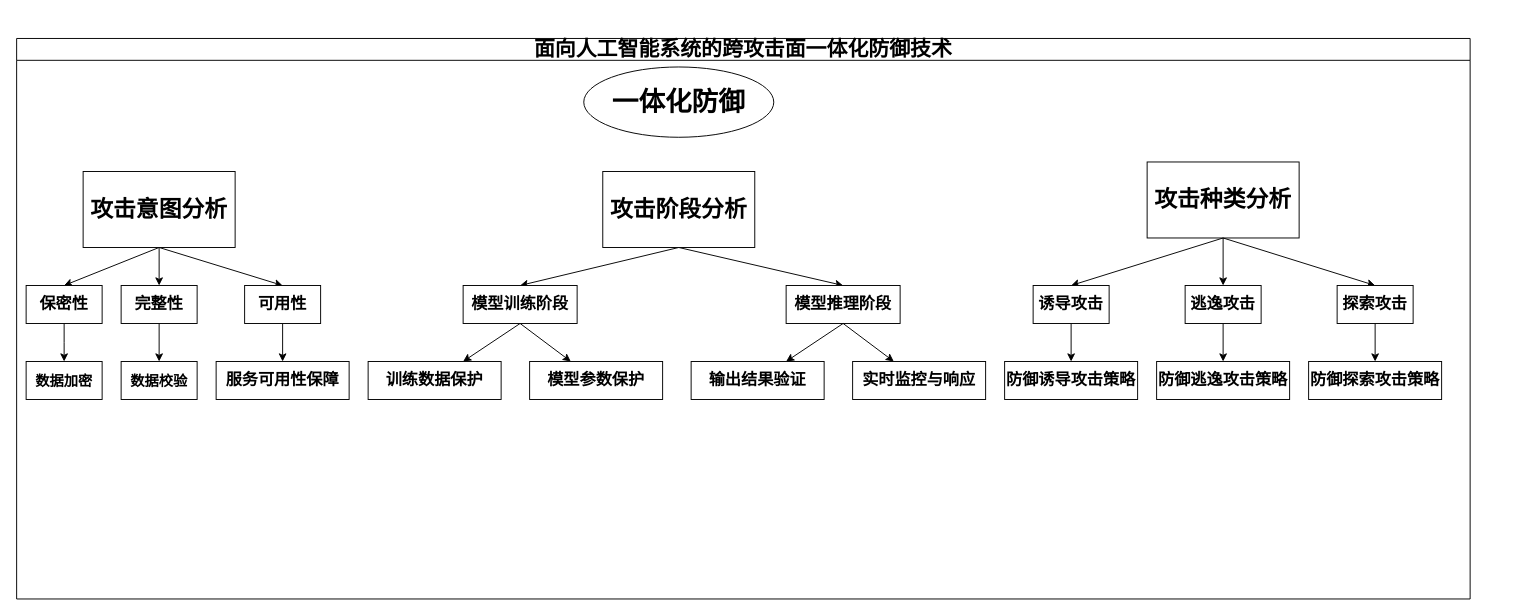
Earlier version of the draw.io diagram 一体化防御.drawio (Stefan-Beauchamp/hello-world). Source tidied: cells renumbered, new cells numbered last; positions are measured from the earlier drawing's top-left corner, leaving out a move shared by most shapes. Both pictures are drawn from the tidied source at 95%, with x=0, y=0 at pixel (16, 38).
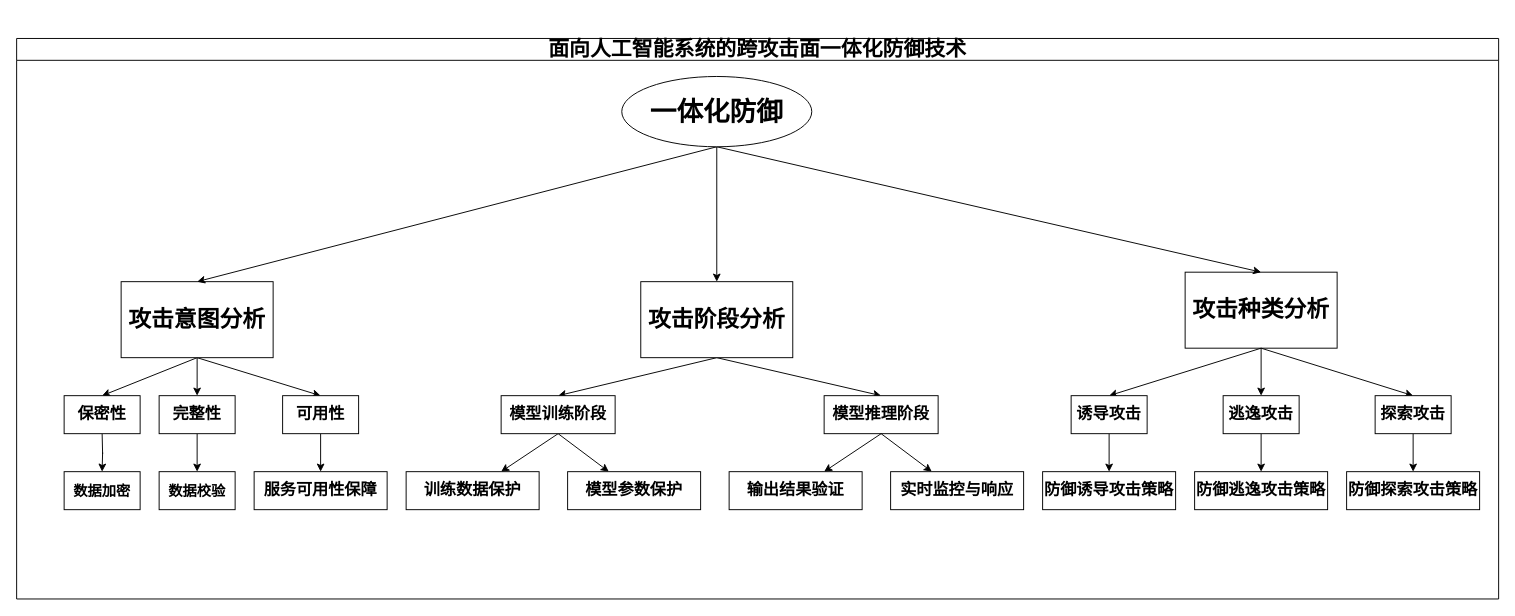
After the change.

Commit message (it also covers changes not shown here):
更新一体化防御.drawio

Change to the diagram source:
```diff
@@
     <mxCell id="2" value="&lt;p style=&quot;font-size: 22px;&quot; class=&quot;MsoNormal&quot;&gt;&lt;span style=&quot;font-family: 微软雅黑;&quot;&gt;&lt;font style=&quot;font-size: 22px;&quot; face=&quot;微软雅黑&quot;&gt;面向人工智能系统&lt;/font&gt;&lt;font style=&quot;font-size: 22px;&quot; face=&quot;微软雅黑&quot;&gt;的跨攻击面一体化防御技术&lt;/font&gt;&lt;/span&gt;&lt;/p&gt;" style="swimlane;whiteSpace=wrap;html=1;" parent="1" vertex="1">
-      <mxGeometry width="1530" height="590" as="geometry" />
+      <mxGeometry width="1560" height="590" as="geometry" />
     </mxCell>
@@
-    <mxCell id="4" style="rounded=0;jettySize=auto;html=1;exitX=0.5;exitY=1;exitDx=0;exitDy=0;entryX=0.5;entryY=0;entryDx=0;entryDy=0;" parent="2" edge="1" source="6" target="14">
-      <mxGeometry relative="1" as="geometry" />
+    <mxCell id="4" style="rounded=0;jettySize=auto;html=1;exitX=0.5;exitY=1;exitDx=0;exitDy=0;entryX=0.5;entryY=0;entryDx=0;entryDy=0;" parent="2" edge="1" source="6">
+      <mxGeometry relative="1" as="geometry">
+        <mxPoint x="90" y="376" as="targetPoint" />
+      </mxGeometry>
     </mxCell>
@@
     <mxCell id="6" value="&lt;span style=&quot;font-family: 微软雅黑;&quot;&gt;&lt;b style=&quot;&quot;&gt;&lt;font style=&quot;font-size: 24px;&quot;&gt;攻击意图分析&lt;/font&gt;&lt;/b&gt;&lt;/span&gt;" style="rounded=0;whiteSpace=wrap;html=1;" parent="2" vertex="1">
-      <mxGeometry x="70" y="140" width="160" height="80" as="geometry" />
+      <mxGeometry x="110" y="256" width="160" height="80" as="geometry" />
     </mxCell>
@@
     <mxCell id="9" value="&lt;span style=&quot;font-family: 微软雅黑;&quot;&gt;&lt;b style=&quot;&quot;&gt;&lt;font style=&quot;font-size: 24px;&quot;&gt;攻击阶段分析&lt;/font&gt;&lt;/b&gt;&lt;/span&gt;" style="rounded=0;whiteSpace=wrap;html=1;" parent="2" vertex="1">
-      <mxGeometry x="617" y="140" width="160" height="80" as="geometry" />
+      <mxGeometry x="657" y="256" width="160" height="80" as="geometry" />
     </mxCell>
     <mxCell id="10" value="&lt;span style=&quot;font-family: 微软雅黑;&quot;&gt;&lt;b style=&quot;&quot;&gt;&lt;font style=&quot;font-size: 24px;&quot;&gt;攻击种类分析&lt;/font&gt;&lt;/b&gt;&lt;/span&gt;" style="rounded=0;whiteSpace=wrap;html=1;" parent="2" vertex="1">
-      <mxGeometry x="1190" y="130" width="160" height="80" as="geometry" />
+      <mxGeometry x="1230" y="246" width="160" height="80" as="geometry" />
     </mxCell>
@@
     <mxCell id="12" value="&lt;b&gt;&lt;font style=&quot;font-size: 17px;&quot;&gt;完整性&lt;/font&gt;&lt;/b&gt;" style="whiteSpace=wrap;html=1;" parent="2" vertex="1">
-      <mxGeometry x="110" y="260" width="80" height="40" as="geometry" />
+      <mxGeometry x="150" y="376" width="80" height="40" as="geometry" />
     </mxCell>
-    <mxCell id="13" style="edgeStyle=orthogonalEdgeStyle;rounded=0;jettySize=auto;html=1;exitX=0.5;exitY=1;exitDx=0;exitDy=0;" parent="2" edge="1" source="14">
+    <mxCell id="13" style="edgeStyle=orthogonalEdgeStyle;rounded=0;orthogonalLoop=1;jettySize=auto;html=1;exitX=0.5;exitY=1;exitDx=0;exitDy=0;" parent="2" edge="1">
       <mxGeometry relative="1" as="geometry">
-        <mxPoint x="50" y="340" as="targetPoint" />
+        <mxPoint x="90" y="416" as="sourcePoint" />
+        <mxPoint x="90" y="456" as="targetPoint" />
       </mxGeometry>
     </mxCell>
     <mxCell id="14" value="&lt;b&gt;&lt;font style=&quot;font-size: 17px;&quot;&gt;保密性&lt;/font&gt;&lt;/b&gt;" style="whiteSpace=wrap;html=1;" parent="2" vertex="1">
-      <mxGeometry x="10" y="260" width="80" height="40" as="geometry" />
+      <mxGeometry x="50" y="376" width="80" height="40" as="geometry" />
     </mxCell>
@@
     <mxCell id="16" value="&lt;b&gt;&lt;font style=&quot;font-size: 17px;&quot;&gt;可用性&lt;/font&gt;&lt;/b&gt;" style="whiteSpace=wrap;html=1;" parent="2" vertex="1">
-      <mxGeometry x="240" y="260" width="80" height="40" as="geometry" />
+      <mxGeometry x="280" y="376" width="80" height="40" as="geometry" />
     </mxCell>
     <mxCell id="17" value="&lt;b&gt;&lt;font style=&quot;font-size: 15px;&quot;&gt;数据加密&lt;/font&gt;&lt;/b&gt;" style="whiteSpace=wrap;html=1;" parent="2" vertex="1">
-      <mxGeometry x="10" y="340" width="80" height="40" as="geometry" />
+      <mxGeometry x="50" y="456" width="80" height="40" as="geometry" />
     </mxCell>
     <mxCell id="18" value="&lt;b&gt;&lt;font style=&quot;font-size: 15px;&quot;&gt;数据校验&lt;/font&gt;&lt;/b&gt;" style="whiteSpace=wrap;html=1;" parent="2" vertex="1">
-      <mxGeometry x="110" y="340" width="80" height="40" as="geometry" />
+      <mxGeometry x="150" y="456" width="80" height="40" as="geometry" />
     </mxCell>
     <mxCell id="19" value="&lt;b&gt;&lt;font style=&quot;font-size: 17px;&quot;&gt;服务可用性保障&lt;/font&gt;&lt;/b&gt;" style="whiteSpace=wrap;html=1;" parent="2" vertex="1">
-      <mxGeometry x="210" y="340" width="140" height="40" as="geometry" />
+      <mxGeometry x="250" y="456" width="140" height="40" as="geometry" />
     </mxCell>
@@
     <mxCell id="22" value="&lt;b&gt;&lt;font style=&quot;font-size: 17px;&quot;&gt;模型训练阶段&lt;/font&gt;&lt;/b&gt;" style="whiteSpace=wrap;html=1;" parent="2" vertex="1">
-      <mxGeometry x="470" y="260" width="120" height="40" as="geometry" />
+      <mxGeometry x="510" y="376" width="120" height="40" as="geometry" />
     </mxCell>
     <mxCell id="23" value="&lt;b&gt;&lt;font style=&quot;font-size: 17px;&quot;&gt;模型推理阶段&lt;/font&gt;&lt;/b&gt;" style="whiteSpace=wrap;html=1;" parent="2" vertex="1">
-      <mxGeometry x="810" y="260" width="120" height="40" as="geometry" />
+      <mxGeometry x="850" y="376" width="120" height="40" as="geometry" />
     </mxCell>
     <mxCell id="24" value="&lt;b&gt;&lt;font style=&quot;font-size: 17px;&quot;&gt;训练数据保护&lt;/font&gt;&lt;/b&gt;" style="whiteSpace=wrap;html=1;" parent="2" vertex="1">
-      <mxGeometry x="370" y="340" width="140" height="40" as="geometry" />
+      <mxGeometry x="410" y="456" width="140" height="40" as="geometry" />
     </mxCell>
     <mxCell id="25" value="&lt;b&gt;&lt;font style=&quot;font-size: 17px;&quot;&gt;模型参数保护&lt;/font&gt;&lt;/b&gt;" style="whiteSpace=wrap;html=1;" parent="2" vertex="1">
-      <mxGeometry x="540" y="340" width="140" height="40" as="geometry" />
+      <mxGeometry x="580" y="456" width="140" height="40" as="geometry" />
     </mxCell>
     <mxCell id="26" style="rounded=0;jettySize=auto;html=1;exitX=0.5;exitY=1;exitDx=0;exitDy=0;" parent="2" edge="1" target="28">
       <mxGeometry relative="1" as="geometry">
-        <mxPoint x="870" y="300" as="sourcePoint" />
+        <mxPoint x="910" y="416" as="sourcePoint" />
       </mxGeometry>
     </mxCell>
     <mxCell id="27" style="rounded=0;jettySize=auto;html=1;exitX=0.5;exitY=1;exitDx=0;exitDy=0;" parent="2" edge="1" target="29">
       <mxGeometry relative="1" as="geometry">
-        <mxPoint x="870" y="300" as="sourcePoint" />
+        <mxPoint x="910" y="416" as="sourcePoint" />
       </mxGeometry>
     </mxCell>
     <mxCell id="28" value="&lt;b&gt;&lt;font style=&quot;font-size: 17px;&quot;&gt;输出结果验证&lt;/font&gt;&lt;/b&gt;" style="whiteSpace=wrap;html=1;" parent="2" vertex="1">
-      <mxGeometry x="710" y="340" width="140" height="40" as="geometry" />
+      <mxGeometry x="750" y="456" width="140" height="40" as="geometry" />
     </mxCell>
     <mxCell id="29" value="&lt;b&gt;&lt;font style=&quot;font-size: 17px;&quot;&gt;实时监控与响应&lt;/font&gt;&lt;/b&gt;" style="whiteSpace=wrap;html=1;" parent="2" vertex="1">
-      <mxGeometry x="880" y="340" width="140" height="40" as="geometry" />
+      <mxGeometry x="920" y="456" width="140" height="40" as="geometry" />
     </mxCell>
     <mxCell id="30" style="rounded=0;jettySize=auto;html=1;exitX=0.5;exitY=1;exitDx=0;exitDy=0;entryX=0.5;entryY=0;entryDx=0;entryDy=0;" parent="2" edge="1" target="34">
       <mxGeometry relative="1" as="geometry">
-        <mxPoint x="1270" y="210" as="sourcePoint" />
+        <mxPoint x="1310" y="326" as="sourcePoint" />
       </mxGeometry>
     </mxCell>
     <mxCell id="31" style="rounded=0;jettySize=auto;html=1;entryX=0.5;entryY=0;entryDx=0;entryDy=0;exitX=0.5;exitY=1;exitDx=0;exitDy=0;" parent="2" edge="1" target="36">
       <mxGeometry relative="1" as="geometry">
-        <mxPoint x="1270" y="210" as="sourcePoint" />
+        <mxPoint x="1310" y="326" as="sourcePoint" />
       </mxGeometry>
     </mxCell>
     <mxCell id="32" style="rounded=0;jettySize=auto;html=1;exitX=0.5;exitY=1;exitDx=0;exitDy=0;entryX=0.5;entryY=0;entryDx=0;entryDy=0;" parent="2" edge="1" target="38">
       <mxGeometry relative="1" as="geometry">
-        <mxPoint x="1270" y="210" as="sourcePoint" />
+        <mxPoint x="1310" y="326" as="sourcePoint" />
       </mxGeometry>
     </mxCell>
@@
     <mxCell id="34" value="&lt;b&gt;&lt;font style=&quot;font-size: 17px;&quot;&gt;逃逸攻击&lt;/font&gt;&lt;/b&gt;" style="whiteSpace=wrap;html=1;" parent="2" vertex="1">
-      <mxGeometry x="1230" y="260" width="80" height="40" as="geometry" />
+      <mxGeometry x="1270" y="376" width="80" height="40" as="geometry" />
     </mxCell>
@@
     <mxCell id="36" value="&lt;b&gt;&lt;font style=&quot;font-size: 17px;&quot;&gt;诱导攻击&lt;/font&gt;&lt;/b&gt;" style="whiteSpace=wrap;html=1;" parent="2" vertex="1">
-      <mxGeometry x="1070" y="260" width="80" height="40" as="geometry" />
+      <mxGeometry x="1110" y="376" width="80" height="40" as="geometry" />
     </mxCell>
-    <mxCell id="37" style="rounded=0;jettySize=auto;html=1;exitX=0.5;exitY=1;exitDx=0;exitDy=0;entryX=0.5;entryY=0;entryDx=0;entryDy=0;" parent="2" edge="1" source="38" target="39">
-      <mxGeometry relative="1" as="geometry" />
+    <mxCell id="37" style="rounded=0;jettySize=auto;html=1;exitX=0.5;exitY=1;exitDx=0;exitDy=0;entryX=0.5;entryY=0;entryDx=0;entryDy=0;" parent="2" edge="1" source="38">
+      <mxGeometry relative="1" as="geometry">
+        <mxPoint x="1470" y="456" as="targetPoint" />
+      </mxGeometry>
     </mxCell>
     <mxCell id="38" value="&lt;b&gt;&lt;font style=&quot;font-size: 17px;&quot;&gt;探索攻击&lt;/font&gt;&lt;/b&gt;" style="whiteSpace=wrap;html=1;" parent="2" vertex="1">
-      <mxGeometry x="1390" y="260" width="80" height="40" as="geometry" />
+      <mxGeometry x="1430" y="376" width="80" height="40" as="geometry" />
     </mxCell>
     <mxCell id="39" value="&lt;b&gt;&lt;font style=&quot;font-size: 17px;&quot;&gt;防御探索攻击策略&lt;/font&gt;&lt;/b&gt;" style="whiteSpace=wrap;html=1;" parent="2" vertex="1">
-      <mxGeometry x="1360" y="340" width="140" height="40" as="geometry" />
+      <mxGeometry x="1400" y="456" width="140" height="40" as="geometry" />
     </mxCell>
     <mxCell id="40" value="&lt;b&gt;&lt;font style=&quot;font-size: 17px;&quot;&gt;防御逃逸攻击策略&lt;/font&gt;&lt;/b&gt;" style="whiteSpace=wrap;html=1;" parent="2" vertex="1">
-      <mxGeometry x="1200" y="340" width="140" height="40" as="geometry" />
+      <mxGeometry x="1240" y="456" width="140" height="40" as="geometry" />
     </mxCell>
     <mxCell id="41" value="&lt;b&gt;&lt;font style=&quot;font-size: 17px;&quot;&gt;防御诱导攻击策略&lt;/font&gt;&lt;/b&gt;" style="whiteSpace=wrap;html=1;" parent="2" vertex="1">
-      <mxGeometry x="1040" y="340" width="140" height="40" as="geometry" />
+      <mxGeometry x="1080" y="456" width="140" height="40" as="geometry" />
     </mxCell>
+    <mxCell id="43" style="rounded=0;jettySize=auto;html=1;exitX=0.5;exitY=1;exitDx=0;exitDy=0;entryX=0.5;entryY=0;entryDx=0;entryDy=0;" parent="2" edge="1" source="42" target="6">
+      <mxGeometry relative="1" as="geometry" />
+    </mxCell>
+    <mxCell id="44" style="rounded=0;jettySize=auto;html=1;entryX=0.5;entryY=0;entryDx=0;entryDy=0;exitX=0.5;exitY=1;exitDx=0;exitDy=0;" parent="2" edge="1" source="42" target="9">
+      <mxGeometry relative="1" as="geometry" />
+    </mxCell>
+    <mxCell id="45" style="rounded=0;jettySize=auto;html=1;exitX=0.5;exitY=1;exitDx=0;exitDy=0;entryX=0.5;entryY=0;entryDx=0;entryDy=0;" parent="2" edge="1" source="42" target="10">
+      <mxGeometry relative="1" as="geometry" />
+    </mxCell>
     <mxCell id="42" value="&lt;b&gt;&lt;font style=&quot;font-size: 28px;&quot;&gt;一体化防御&lt;/font&gt;&lt;/b&gt;" style="ellipse;whiteSpace=wrap;html=1;" parent="2" vertex="1">
-      <mxGeometry x="597" y="30" width="200" height="74" as="geometry" />
+      <mxGeometry x="637" y="40" width="200" height="74" as="geometry" />
     </mxCell>
```
